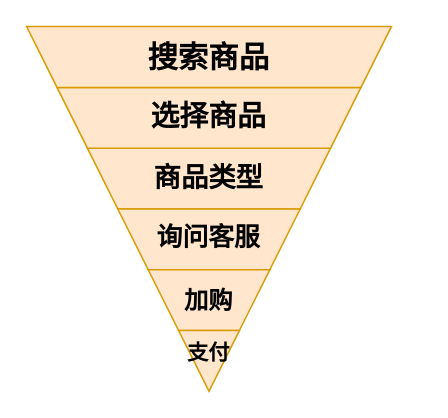
LonelVino/CDN keeps this draw.io diagram as page "Page-1" (1 of 2) of git-static/Funnel.drawio. Above is the earlier version. Source tidied: cells renumbered, new cells numbered last; positions are measured from the earlier drawing's top-left corner, leaving out a move shared by most shapes. Both pictures are drawn from the tidied source at 152%, with x=0, y=0 at pixel (26, 26).
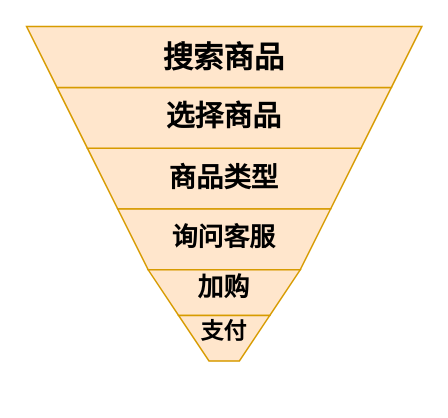
Above is the later version.

What changed in the source:
```diff
@@
 <mxGraphModel>
   <root>
     <mxCell id="0" />
     <mxCell id="1" parent="0" />
     <mxCell id="2" style="shape=trapezoid;perimeter=trapezoidPerimeter;whiteSpace=wrap;html=1;fixedSize=1;rotation=-180;fillColor=#ffe6cc;strokeColor=#d79b00;" parent="1" vertex="1">
-      <mxGeometry x="40" y="80" width="160" height="40" as="geometry" />
+      <mxGeometry x="40" y="80" width="180" height="40" as="geometry" />
     </mxCell>
     <mxCell id="3" style="shape=trapezoid;perimeter=trapezoidPerimeter;whiteSpace=wrap;html=1;fixedSize=1;rotation=-180;fillColor=#ffe6cc;strokeColor=#d79b00;" parent="1" vertex="1">
-      <mxGeometry x="60" y="120" width="120" height="40" as="geometry" />
+      <mxGeometry x="60" y="120" width="140" height="40" as="geometry" />
     </mxCell>
     <mxCell id="4" style="shape=trapezoid;perimeter=trapezoidPerimeter;whiteSpace=wrap;html=1;fixedSize=1;rotation=-180;fillColor=#ffe6cc;strokeColor=#d79b00;" parent="1" vertex="1">
-      <mxGeometry x="80" y="160" width="80" height="40" as="geometry" />
+      <mxGeometry x="80" y="160" width="100" height="30" as="geometry" />
     </mxCell>
     <mxCell id="5" style="shape=trapezoid;perimeter=trapezoidPerimeter;whiteSpace=wrap;html=1;fixedSize=1;rotation=-180;fillColor=#ffe6cc;strokeColor=#d79b00;" parent="1" vertex="1">
-      <mxGeometry x="100" y="200" width="40" height="40" as="geometry" />
+      <mxGeometry x="100" y="190" width="60" height="30" as="geometry" />
     </mxCell>
     <mxCell id="6" style="shape=trapezoid;perimeter=trapezoidPerimeter;whiteSpace=wrap;html=1;fixedSize=1;rotation=-180;fillColor=#ffe6cc;strokeColor=#d79b00;" parent="1" vertex="1">
-      <mxGeometry x="20" y="40" width="200" height="40" as="geometry" />
+      <mxGeometry x="20" y="40" width="220" height="40" as="geometry" />
     </mxCell>
     <mxCell id="7" style="shape=trapezoid;perimeter=trapezoidPerimeter;whiteSpace=wrap;html=1;fixedSize=1;rotation=-180;fillColor=#ffe6cc;strokeColor=#d79b00;" parent="1" vertex="1">
-      <mxGeometry width="240" height="40" as="geometry" />
+      <mxGeometry width="260" height="40" as="geometry" />
     </mxCell>
     <mxCell id="8" value="&lt;font size=&quot;1&quot;&gt;&lt;b style=&quot;font-size: 20px&quot;&gt;搜索商品&lt;/b&gt;&lt;/font&gt;" style="text;html=1;strokeColor=none;fillColor=none;align=center;verticalAlign=middle;whiteSpace=wrap;rounded=0;" parent="1" vertex="1">
-      <mxGeometry x="75" y="15" width="90" height="10" as="geometry" />
+      <mxGeometry x="85" y="15" width="90" height="10" as="geometry" />
     </mxCell>
     <mxCell id="9" value="&lt;font size=&quot;1&quot;&gt;&lt;b style=&quot;font-size: 19px&quot;&gt;选择商品&lt;/b&gt;&lt;/font&gt;" style="text;html=1;strokeColor=none;fillColor=none;align=center;verticalAlign=middle;whiteSpace=wrap;rounded=0;" parent="1" vertex="1">
-      <mxGeometry x="75" y="55" width="90" height="10" as="geometry" />
+      <mxGeometry x="85" y="55" width="90" height="10" as="geometry" />
     </mxCell>
     <mxCell id="10" value="&lt;font size=&quot;1&quot;&gt;&lt;b style=&quot;font-size: 18px&quot;&gt;商品类型&lt;/b&gt;&lt;/font&gt;" style="text;html=1;strokeColor=none;fillColor=none;align=center;verticalAlign=middle;whiteSpace=wrap;rounded=0;" parent="1" vertex="1">
-      <mxGeometry x="75" y="92.5" width="90" height="15" as="geometry" />
+      <mxGeometry x="85" y="92.5" width="90" height="15" as="geometry" />
     </mxCell>
     <mxCell id="11" value="&lt;b&gt;&lt;font style=&quot;font-size: 17px&quot;&gt;询问客服&lt;/font&gt;&lt;/b&gt;" style="text;html=1;strokeColor=none;fillColor=none;align=center;verticalAlign=middle;whiteSpace=wrap;rounded=0;" parent="1" vertex="1">
-      <mxGeometry x="75" y="135" width="90" height="10" as="geometry" />
+      <mxGeometry x="85" y="135" width="90" height="10" as="geometry" />
     </mxCell>
-    <mxCell id="12" value="&lt;b&gt;&lt;font style=&quot;font-size: 14px&quot;&gt;支付&lt;/font&gt;&lt;/b&gt;" style="text;html=1;strokeColor=none;fillColor=none;align=center;verticalAlign=middle;whiteSpace=wrap;rounded=0;" parent="1" vertex="1">
-      <mxGeometry x="75" y="210" width="90" height="10" as="geometry" />
+    <mxCell id="12" value="&lt;b&gt;&lt;font style=&quot;font-size: 15px&quot;&gt;支付&lt;/font&gt;&lt;/b&gt;" style="text;html=1;strokeColor=none;fillColor=none;align=center;verticalAlign=middle;whiteSpace=wrap;rounded=0;" parent="1" vertex="1">
+      <mxGeometry x="85" y="190" width="90" height="20" as="geometry" />
     </mxCell>
-    <mxCell id="13" value="&lt;b&gt;&lt;font style=&quot;font-size: 16px&quot;&gt;加购&lt;/font&gt;&lt;/b&gt;" style="text;html=1;align=center;verticalAlign=middle;whiteSpace=wrap;rounded=0;" parent="1" vertex="1">
-      <mxGeometry x="75" y="175" width="90" height="10" as="geometry" />
+    <mxCell id="13" value="&lt;b&gt;&lt;font style=&quot;font-size: 17px&quot;&gt;加购&lt;/font&gt;&lt;/b&gt;" style="text;html=1;align=center;verticalAlign=middle;whiteSpace=wrap;rounded=0;" parent="1" vertex="1">
+      <mxGeometry x="85" y="165" width="90" height="15" as="geometry" />
     </mxCell>
   </root>
 </mxGraphModel>
```
